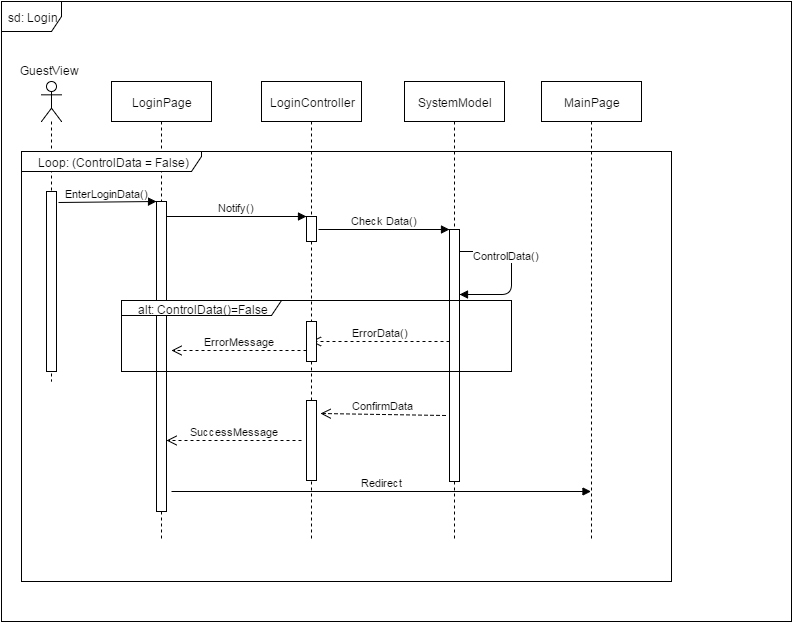
This is DD/img/SignInSD.png from archnnj/flowerpowerenjoy, a draw.io export, as it was before one commit. Source tidied: cells renumbered, new cells last; positions are measured from the earlier drawing's top-left corner, leaving out a move shared by most shapes.
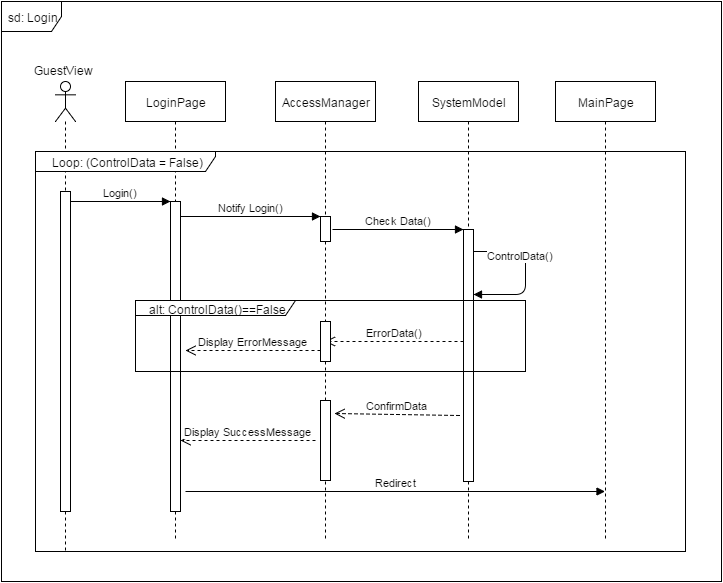
The same file after the commit.

Commit message:
New Sign in img

Diff of the diagram source:
```diff
@@ -3,13 +3,13 @@
     <mxCell id="0" />
     <mxCell id="1" parent="0" />
     <mxCell id="2" value="sd: Login" style="shape=umlFrame;whiteSpace=wrap;html=1;" parent="1" vertex="1">
-      <mxGeometry width="790" height="620" as="geometry" />
+      <mxGeometry x="-14" width="720" height="580" as="geometry" />
     </mxCell>
     <mxCell id="3" style="shape=umlLifeline;participant=umlActor;perimeter=lifelinePerimeter;whiteSpace=wrap;html=1;verticalAlign=top;spacingTop=36;labelBackgroundColor=#ffffff;size=40;" parent="1" vertex="1">
-      <mxGeometry x="40" y="80" width="20" height="300" as="geometry" />
+      <mxGeometry x="40" y="80" width="20" height="470" as="geometry" />
     </mxCell>
     <mxCell id="4" style="html=1;points=[];perimeter=orthogonalPerimeter;" parent="3" vertex="1">
-      <mxGeometry x="5" y="110" width="10" height="180" as="geometry" />
+      <mxGeometry x="5" y="110" width="10" height="320" as="geometry" />
     </mxCell>
     <mxCell id="5" value="LoginPage" style="shape=umlLifeline;perimeter=lifelinePerimeter;whiteSpace=wrap;html=1;" parent="1" vertex="1">
       <mxGeometry x="110" y="80" width="100" height="460" as="geometry" />
@@ -23,22 +23,22 @@
     <mxCell id="8" value="SystemModel" style="shape=umlLifeline;perimeter=lifelinePerimeter;whiteSpace=wrap;html=1;" parent="1" vertex="1">
       <mxGeometry x="403" y="80" width="100" height="460" as="geometry" />
     </mxCell>
-    <mxCell id="9" value="LoginController" style="shape=umlLifeline;perimeter=lifelinePerimeter;whiteSpace=wrap;html=1;outlineConnect=0;" parent="1" vertex="1">
+    <mxCell id="9" value="AccessManager" style="shape=umlLifeline;perimeter=lifelinePerimeter;whiteSpace=wrap;html=1;outlineConnect=0;" parent="1" vertex="1">
       <mxGeometry x="260" y="80" width="100" height="460" as="geometry" />
     </mxCell>
     <mxCell id="10" style="html=1;points=[];perimeter=orthogonalPerimeter;" parent="9" vertex="1">
       <mxGeometry x="45" y="319" width="10" height="80" as="geometry" />
     </mxCell>
     <mxCell id="11" value="Loop: (ControlData = False)" style="shape=umlFrame;whiteSpace=wrap;html=1;width=180;height=20;" parent="1" vertex="1">
-      <mxGeometry x="20" y="150" width="650" height="430" as="geometry" />
+      <mxGeometry x="20" y="150" width="650" height="400" as="geometry" />
     </mxCell>
-    <mxCell id="12" value="EnterLoginData()" style="html=1;verticalAlign=bottom;endArrow=block;entryX=0;entryY=0;exitX=1.2;exitY=0.061;exitPerimeter=0;" parent="1" edge="1" source="4" target="6">
+    <mxCell id="12" value="Login()" style="html=1;verticalAlign=bottom;endArrow=block;entryX=0;entryY=0;" parent="1" edge="1" source="4" target="6">
       <mxGeometry relative="1" as="geometry" />
     </mxCell>
     <mxCell id="13" style="html=1;points=[];perimeter=orthogonalPerimeter;" parent="1" vertex="1">
       <mxGeometry x="305" y="215" width="10" height="25" as="geometry" />
     </mxCell>
-    <mxCell id="14" value="Notify()" style="html=1;verticalAlign=bottom;endArrow=block;entryX=0;entryY=0;" parent="1" edge="1" source="6" target="13">
+    <mxCell id="14" value="Notify Login()" style="html=1;verticalAlign=bottom;endArrow=block;entryX=0;entryY=0;" parent="1" edge="1" source="6" target="13">
       <mxGeometry relative="1" as="geometry" />
     </mxCell>
     <mxCell id="15" style="html=1;points=[];perimeter=orthogonalPerimeter;" parent="1" vertex="1">
@@ -58,7 +58,7 @@
         <mxPoint x="1" as="offset" />
       </mxGeometry>
     </mxCell>
-    <mxCell id="18" value="alt: ControlData()=False" style="shape=umlFrame;whiteSpace=wrap;html=1;width=160;height=15;" parent="1" vertex="1">
+    <mxCell id="18" value="alt: ControlData()==False" style="shape=umlFrame;whiteSpace=wrap;html=1;width=160;height=15;" parent="1" vertex="1">
       <mxGeometry x="120" y="299" width="390" height="71" as="geometry" />
     </mxCell>
     <mxCell id="19" value="ErrorData()" style="html=1;verticalAlign=bottom;endArrow=open;dashed=1;endSize=8;" parent="1" edge="1" target="9">
@@ -66,8 +66,8 @@
         <mxPoint x="448" y="340" as="sourcePoint" />
       </mxGeometry>
     </mxCell>
-    <mxCell id="20" value="ErrorMessage" style="html=1;verticalAlign=bottom;endArrow=open;dashed=1;endSize=8;" parent="1" edge="1" source="21">
-      <mxGeometry x="181.5" y="829" as="geometry">
+    <mxCell id="20" value="Display ErrorMessage" style="html=1;verticalAlign=bottom;endArrow=open;dashed=1;endSize=8;" parent="1" edge="1" source="21">
+      <mxGeometry x="195.5" y="829" as="geometry">
         <mxPoint x="170" y="349" as="targetPoint" />
       </mxGeometry>
     </mxCell>
@@ -77,8 +77,8 @@
     <mxCell id="22" value="ConfirmData" style="html=1;verticalAlign=bottom;endArrow=open;dashed=1;endSize=8;entryX=1.4;entryY=0.163;entryPerimeter=0;exitX=-0.4;exitY=0.738;exitPerimeter=0;" parent="1" edge="1" source="15" target="10">
       <mxGeometry relative="1" as="geometry" />
     </mxCell>
-    <mxCell id="23" value="SuccessMessage" style="html=1;verticalAlign=bottom;endArrow=open;dashed=1;endSize=8;" parent="1" edge="1">
-      <mxGeometry x="176.5" y="919" as="geometry">
+    <mxCell id="23" value="Display SuccessMessage" style="html=1;verticalAlign=bottom;endArrow=open;dashed=1;endSize=8;" parent="1" edge="1">
+      <mxGeometry x="190.5" y="919" as="geometry">
         <mxPoint x="300" y="439" as="sourcePoint" />
         <mxPoint x="165" y="439" as="targetPoint" />
       </mxGeometry>
```
